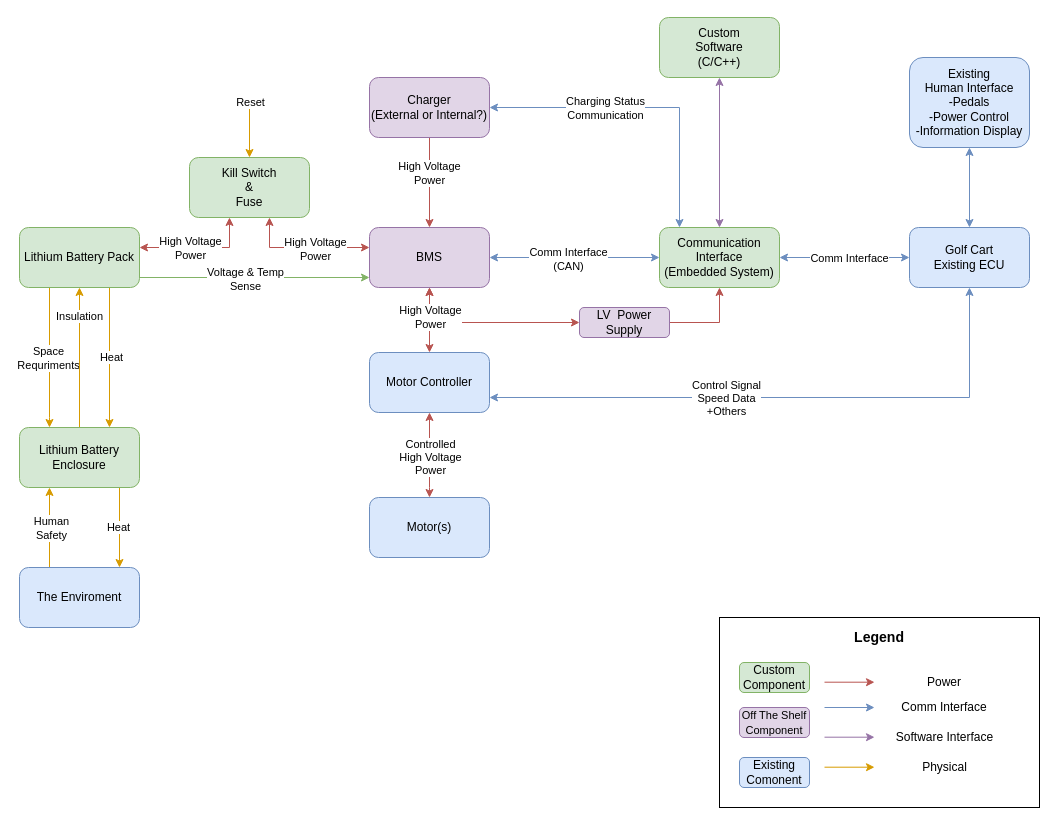
Above: Diagrams/FSD v1.0.drawio in khallman97/ENG4000 (draw.io), before the change. Source tidied: cells renumbered, new cells numbered last; positions are measured from the earlier drawing's top-left corner, leaving out a move shared by most shapes. Both pictures are drawn from the tidied source at 100%, with x=0, y=0 at pixel (19, 17).
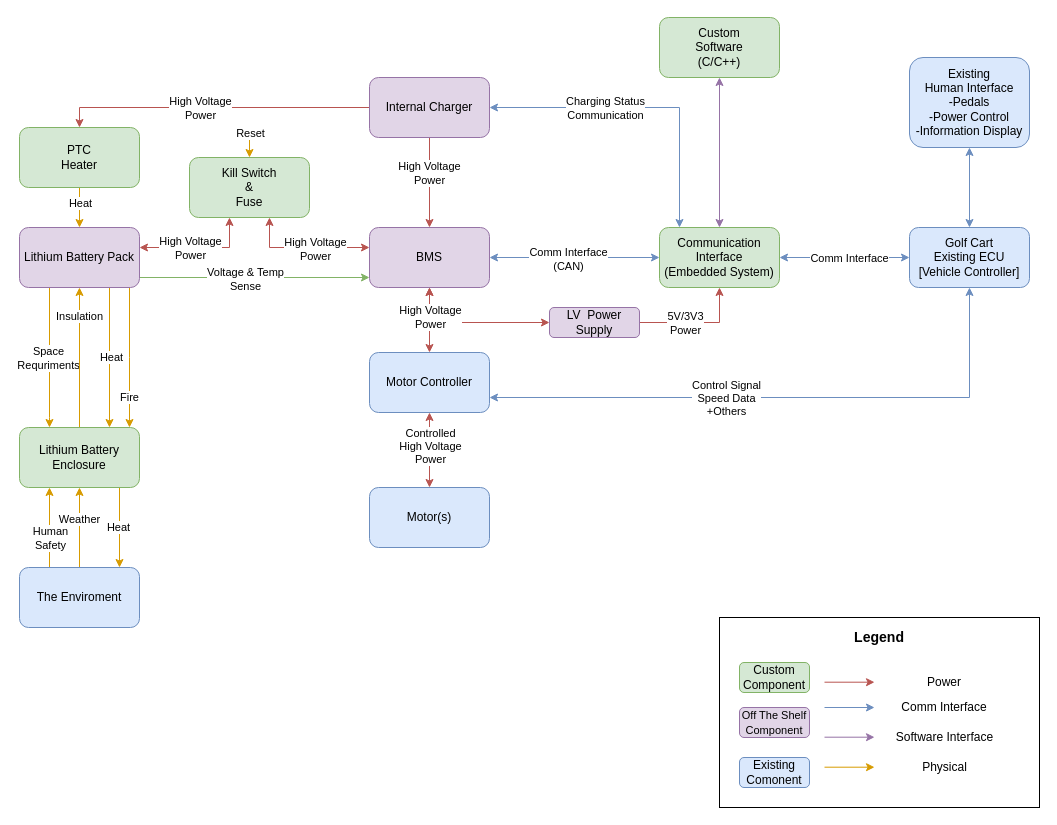
After the change.

Unchanged cells that the change refers to:
```xml
<mxCell id="20" value="&lt;div&gt;Lithium Battery&lt;/div&gt;&lt;div&gt;Enclosure&lt;br&gt;&lt;/div&gt;" style="rounded=1;whiteSpace=wrap;html=1;fillColor=#d5e8d4;strokeColor=#82b366;" parent="1" vertex="1">
  <mxGeometry y="410" width="120" height="60" as="geometry" />
</mxCell>
<mxCell id="36" style="edgeStyle=orthogonalEdgeStyle;rounded=0;jettySize=auto;html=1;startArrow=classic;startFill=1;endArrow=classic;endFill=1;fillColor=#f8cecc;strokeColor=#b85450;" parent="1" edge="1" source="38" target="39">
  <mxGeometry relative="1" as="geometry">
    <Array as="points">
      <mxPoint x="410" y="470" />
      <mxPoint x="410" y="470" />
    </Array>
  </mxGeometry>
</mxCell>
<mxCell id="54" style="edgeStyle=orthogonalEdgeStyle;rounded=0;jettySize=auto;html=1;startArrow=none;startFill=0;endArrow=classic;endFill=1;fillColor=#f8cecc;strokeColor=#b85450;" parent="1" edge="1" source="55" target="29">
  <mxGeometry relative="1" as="geometry">
    <Array as="points">
      <mxPoint x="700" y="305" />
    </Array>
  </mxGeometry>
</mxCell>
<mxCell id="56" style="edgeStyle=orthogonalEdgeStyle;rounded=0;jettySize=auto;html=1;startArrow=none;startFill=0;endArrow=classic;endFill=1;fillColor=#ffe6cc;strokeColor=#d79b00;" parent="1" edge="1" source="58" target="20">
  <mxGeometry relative="1" as="geometry">
    <Array as="points">
      <mxPoint x="30" y="510" />
      <mxPoint x="30" y="510" />
    </Array>
  </mxGeometry>
</mxCell>
<mxCell id="58" value="The Enviroment" style="rounded=1;whiteSpace=wrap;html=1;fillColor=#dae8fc;strokeColor=#6c8ebf;" parent="1" vertex="1">
  <mxGeometry y="550" width="120" height="60" as="geometry" />
</mxCell>
<mxCell id="61" value="&lt;div&gt;Kill Switch&lt;/div&gt;&lt;div&gt;&amp;amp;&lt;/div&gt;&lt;div&gt;Fuse&lt;br&gt;&lt;/div&gt;" style="rounded=1;whiteSpace=wrap;html=1;fillColor=#d5e8d4;align=center;strokeColor=#82b366;" parent="1" vertex="1">
  <mxGeometry x="170" y="140" width="120" height="60" as="geometry" />
</mxCell>
```

The edit, as a diff of the source:
```diff
@@
+    <mxCell id="64" style="edgeStyle=orthogonalEdgeStyle;rounded=0;jettySize=auto;html=1;fillColor=#ffe6cc;strokeColor=#d79b00;" parent="1" edge="1" source="13" target="20">
+      <mxGeometry relative="1" as="geometry">
+        <Array as="points">
+          <mxPoint x="110" y="340" />
+          <mxPoint x="110" y="340" />
+        </Array>
+      </mxGeometry>
+    </mxCell>
+    <mxCell id="65" value="Fire" style="edgeLabel;html=1;align=center;verticalAlign=middle;" parent="64" vertex="1">
+      <mxGeometry x="0.67" y="-1" relative="1" as="geometry">
+        <mxPoint y="-7.5" as="offset" />
+      </mxGeometry>
+    </mxCell>
-    <mxCell id="13" value="&lt;div&gt;Lithium Battery Pack&lt;/div&gt;" style="rounded=1;whiteSpace=wrap;html=1;fillColor=#d5e8d4;strokeColor=#82b366;" parent="1" vertex="1">
+    <mxCell id="13" value="&lt;div&gt;Lithium Battery Pack&lt;/div&gt;" style="rounded=1;whiteSpace=wrap;html=1;fillColor=#e1d5e7;strokeColor=#9673a6;" parent="1" vertex="1">
       <mxGeometry y="210" width="120" height="60" as="geometry" />
     </mxCell>
@@
+    <mxCell id="66" style="edgeStyle=orthogonalEdgeStyle;rounded=0;jettySize=auto;html=1;entryX=0.5;entryY=0;entryDx=0;entryDy=0;fillColor=#f8cecc;strokeColor=#b85450;" parent="1" edge="1" source="25" target="73">
+      <mxGeometry relative="1" as="geometry" />
+    </mxCell>
+    <mxCell id="67" value="&lt;div&gt;High Voltage&lt;/div&gt;&lt;div&gt;Power&lt;br&gt;&lt;/div&gt;" style="edgeLabel;html=1;align=center;verticalAlign=middle;" parent="66" vertex="1">
+      <mxGeometry x="0.09" relative="1" as="geometry" />
+    </mxCell>
-    <mxCell id="25" value="&lt;div&gt;Charger&lt;/div&gt;&lt;div&gt;(External or Internal?)&lt;br&gt;&lt;/div&gt;" style="rounded=1;whiteSpace=wrap;html=1;fillColor=#e1d5e7;strokeColor=#9673a6;" parent="1" vertex="1">
+    <mxCell id="25" value="&lt;div&gt;Internal Charger&lt;/div&gt;" style="rounded=1;whiteSpace=wrap;html=1;fillColor=#e1d5e7;strokeColor=#9673a6;" parent="1" vertex="1">
       <mxGeometry x="350" y="60" width="120" height="60" as="geometry" />
     </mxCell>
@@
-    <mxCell id="33" value="&lt;div&gt;Golf Cart&lt;/div&gt;&lt;div&gt;Existing ECU&lt;br&gt;&lt;/div&gt;" style="rounded=1;whiteSpace=wrap;html=1;fillColor=#dae8fc;strokeColor=#6c8ebf;" parent="1" vertex="1">
+    <mxCell id="33" value="&lt;div&gt;Golf Cart&lt;/div&gt;&lt;div&gt;Existing ECU&lt;/div&gt;&lt;div&gt;[Vehicle Controller]&lt;br&gt;&lt;/div&gt;" style="rounded=1;whiteSpace=wrap;html=1;fillColor=#dae8fc;strokeColor=#6c8ebf;" parent="1" vertex="1">
       <mxGeometry x="890" y="210" width="120" height="60" as="geometry" />
     </mxCell>
@@
     <mxCell id="37" value="&lt;div&gt;Controlled&lt;br&gt;&lt;/div&gt;&lt;div&gt;High Voltage&lt;/div&gt;&lt;div&gt;Power&lt;/div&gt;" style="edgeLabel;html=1;align=center;verticalAlign=middle;" parent="36" vertex="1">
       <mxGeometry x="-0.27" relative="1" as="geometry">
-        <mxPoint y="13.6" as="offset" />
+        <mxPoint y="6.6" as="offset" />
       </mxGeometry>
     </mxCell>
@@
     <mxCell id="39" value="Motor(s)" style="rounded=1;whiteSpace=wrap;html=1;fillColor=#dae8fc;strokeColor=#6c8ebf;" parent="1" vertex="1">
-      <mxGeometry x="350" y="480" width="120" height="60" as="geometry" />
+      <mxGeometry x="350" y="470" width="120" height="60" as="geometry" />
     </mxCell>
@@
+    <mxCell id="68" value="&lt;div&gt;5V/3V3&lt;/div&gt;&lt;div&gt;Power&lt;br&gt;&lt;/div&gt;" style="edgeLabel;html=1;align=center;verticalAlign=middle;" parent="54" vertex="1">
+      <mxGeometry x="-0.08" y="-3" relative="1" as="geometry">
+        <mxPoint x="-8" y="-3" as="offset" />
+      </mxGeometry>
+    </mxCell>
     <mxCell id="55" value="LV&amp;nbsp; Power Supply" style="rounded=1;whiteSpace=wrap;html=1;align=center;fillColor=#e1d5e7;strokeColor=#9673a6;" parent="1" vertex="1">
-      <mxGeometry x="560" y="290" width="90" height="30" as="geometry" />
+      <mxGeometry x="530" y="290" width="90" height="30" as="geometry" />
     </mxCell>
@@
     <mxCell id="57" value="&lt;div&gt;Human&lt;/div&gt;&lt;div&gt;Safety&lt;br&gt;&lt;/div&gt;" style="edgeLabel;html=1;align=center;verticalAlign=middle;" parent="56" vertex="1">
       <mxGeometry x="0.16" y="-1" relative="1" as="geometry">
-        <mxPoint y="6.7" as="offset" />
+        <mxPoint x="-1" y="16.7" as="offset" />
       </mxGeometry>
     </mxCell>
+    <mxCell id="69" style="edgeStyle=orthogonalEdgeStyle;rounded=0;jettySize=auto;html=1;fillColor=#ffe6cc;strokeColor=#d79b00;" parent="1" edge="1" source="58" target="20">
+      <mxGeometry relative="1" as="geometry" />
+    </mxCell>
+    <mxCell id="70" value="Weather" style="edgeLabel;html=1;align=center;verticalAlign=middle;" parent="69" vertex="1">
+      <mxGeometry x="0.22" y="1" relative="1" as="geometry" />
+    </mxCell>
@@
     <mxCell id="62" style="endArrow=classic;html=1;fillColor=#ffe6cc;strokeColor=#d79b00;" parent="1" edge="1" target="61">
       <mxGeometry relative="1" as="geometry">
-        <mxPoint x="230" y="90" as="sourcePoint" />
+        <mxPoint x="230" y="120" as="sourcePoint" />
       </mxGeometry>
     </mxCell>
     <mxCell id="63" value="Reset" style="edgeLabel;html=1;align=center;verticalAlign=middle;" parent="62" vertex="1">
       <mxGeometry x="-0.39" relative="1" as="geometry">
-        <mxPoint y="-20.2" as="offset" />
+        <mxPoint y="-10.5" as="offset" />
       </mxGeometry>
     </mxCell>
+    <mxCell id="71" style="edgeStyle=orthogonalEdgeStyle;rounded=0;jettySize=auto;html=1;fillColor=#ffe6cc;strokeColor=#d79b00;" parent="1" edge="1" source="73" target="13">
+      <mxGeometry relative="1" as="geometry" />
+    </mxCell>
+    <mxCell id="72" value="Heat" style="edgeLabel;html=1;align=center;verticalAlign=middle;" parent="71" vertex="1">
+      <mxGeometry x="-0.24" relative="1" as="geometry" />
+    </mxCell>
+    <mxCell id="73" value="&lt;div&gt;PTC&lt;/div&gt;&lt;div&gt;Heater&lt;br&gt;&lt;/div&gt;" style="rounded=1;whiteSpace=wrap;html=1;fillColor=#d5e8d4;strokeColor=#82b366;" parent="1" vertex="1">
+      <mxGeometry y="110" width="120" height="60" as="geometry" />
+    </mxCell>
```
